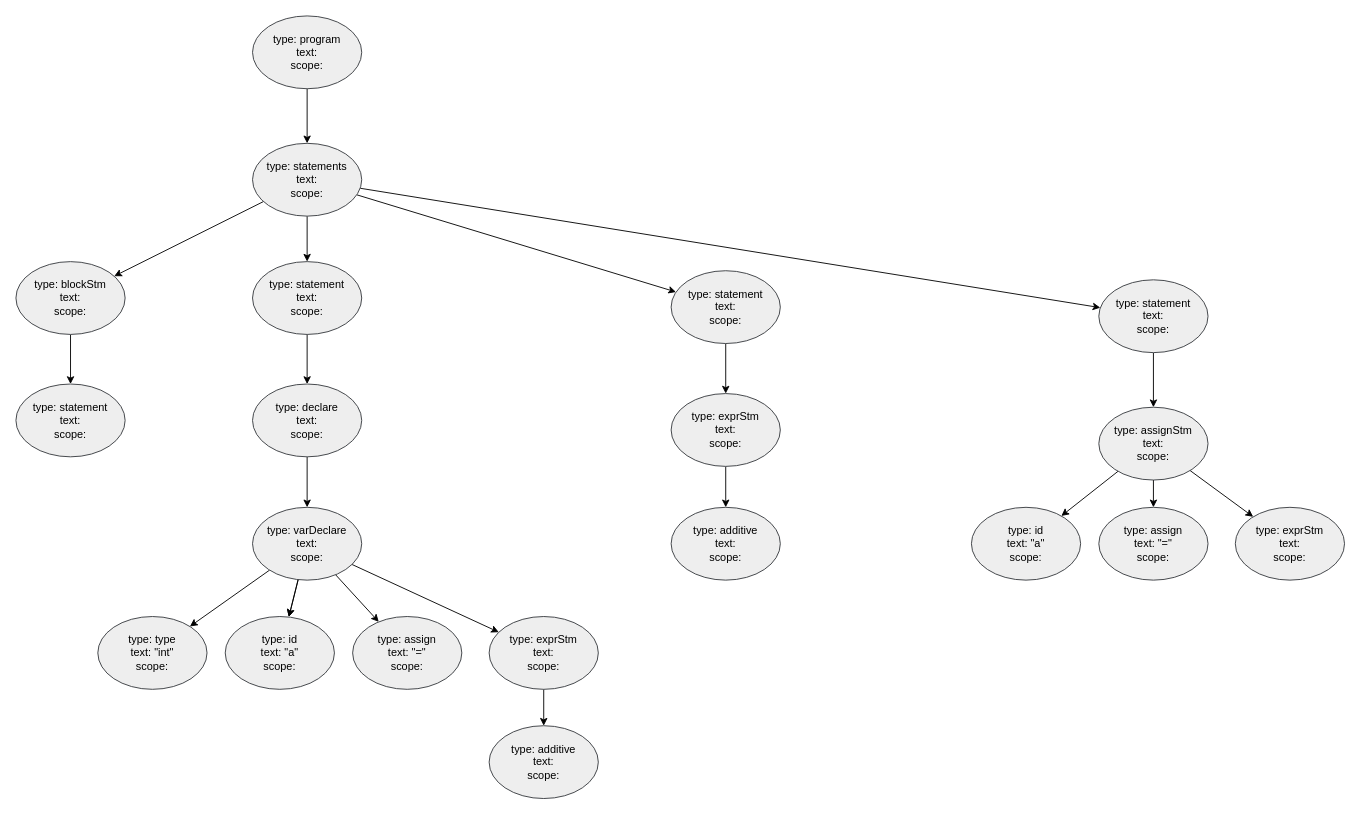
This is page "作用域" (4 of 4) of docs/scope.drawio from zexho994/Zex, a draw.io file, before an edit. Source tidied: cells renumbered, new cells numbered last; positions are measured from the earlier drawing's top-left corner, leaving out a move shared by most shapes. Both pictures are drawn from the tidied source at 91%, with x=0, y=0 at pixel (15, 15).
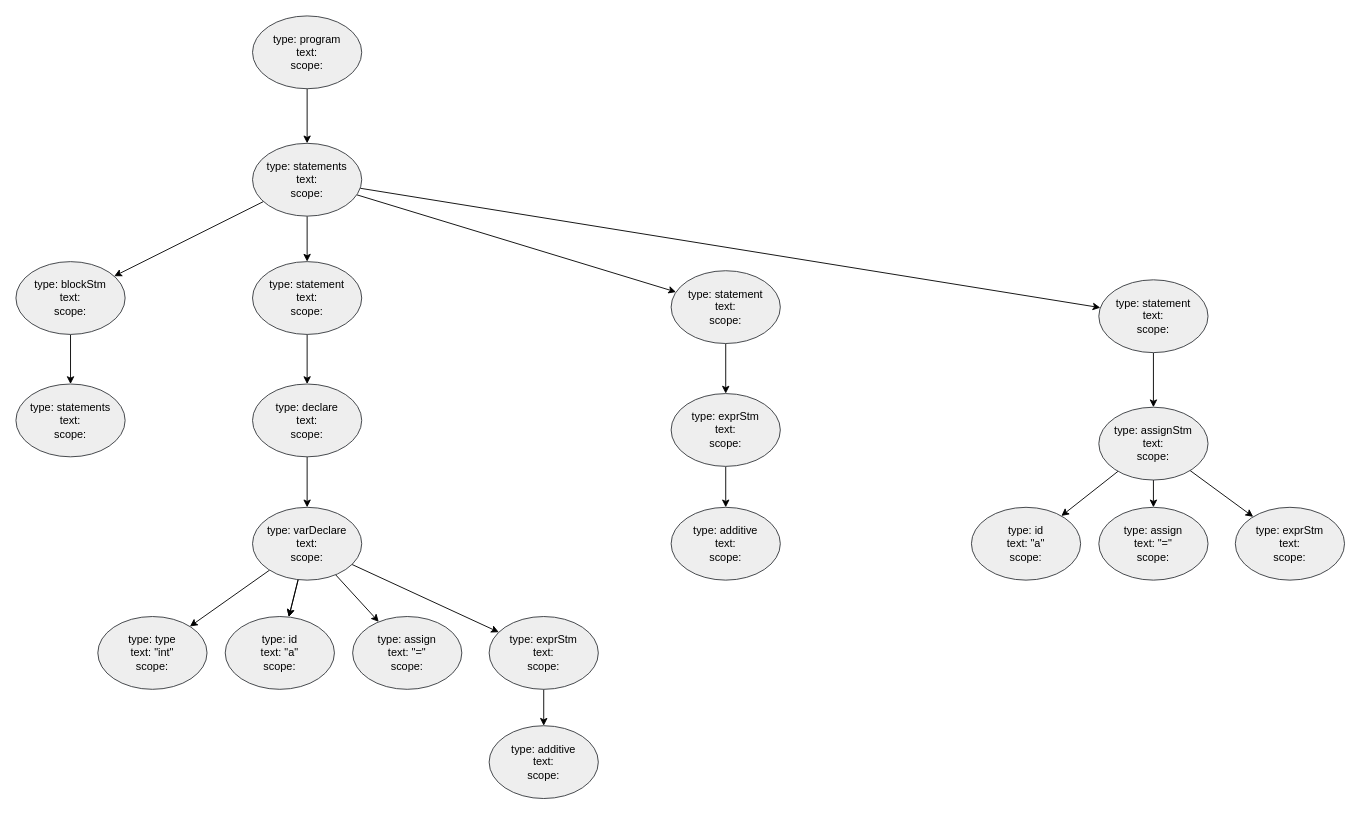
The same page after the edit.

Diff of the diagram source:
```diff
@@
-    <mxCell id="6" value="type: statement&lt;br&gt;text:&lt;br&gt;scope:" style="ellipse;whiteSpace=wrap;html=1;fillColor=#eeeeee;strokeColor=#36393d;" parent="1" vertex="1">
+    <mxCell id="6" value="type: statements&lt;br&gt;text:&lt;br&gt;scope:" style="ellipse;whiteSpace=wrap;html=1;fillColor=#eeeeee;strokeColor=#36393d;" parent="1" vertex="1">
       <mxGeometry y="404.5" width="120" height="80" as="geometry" />
     </mxCell>
```
